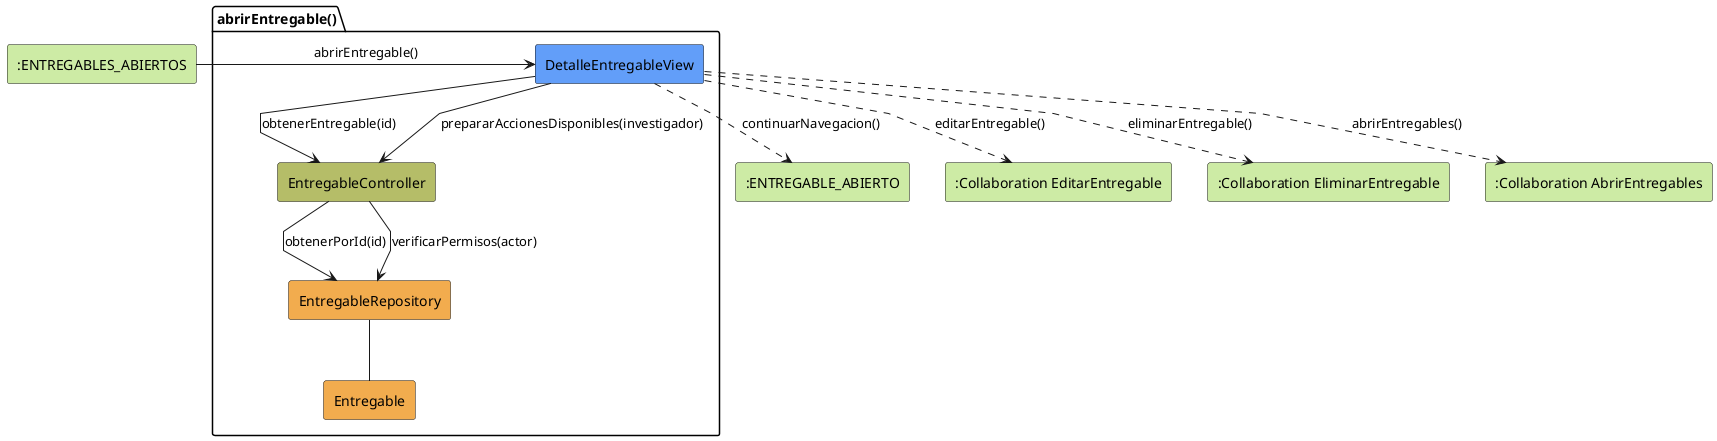
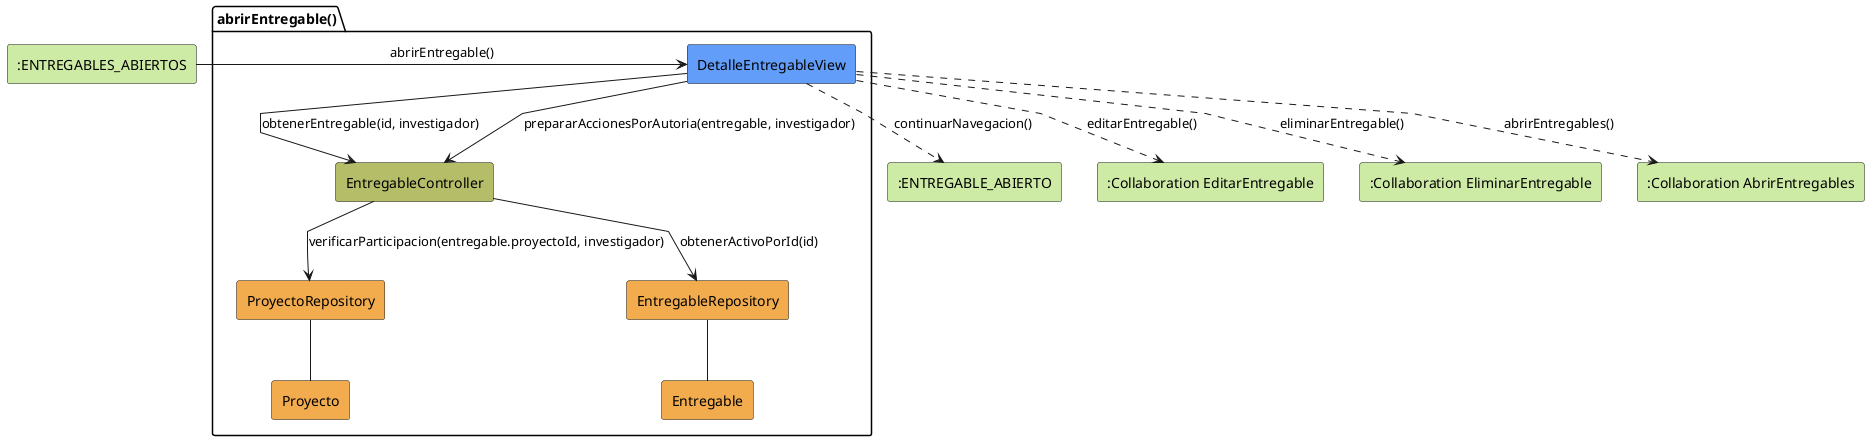
@startuml abrirEntregable-analisis
skinparam linetype polyline

rectangle #CDEBA5 ":ENTREGABLES_ABIERTOS" as EstadoEntrada
package abrirEntregable as "abrirEntregable()" {
    rectangle #629EF9 DetalleEntregableView
    rectangle #b5bd68 EntregableController
+     rectangle #F2AC4E ProyectoRepository
    rectangle #F2AC4E EntregableRepository
+     rectangle #F2AC4E Proyecto
    rectangle #F2AC4E Entregable
}

rectangle #CDEBA5 ":ENTREGABLE_ABIERTO" as EstadoSalida
rectangle #CDEBA5 ":Collaboration EditarEntregable" as EditarEntregable
rectangle #CDEBA5 ":Collaboration EliminarEntregable" as EliminarEntregable
rectangle #CDEBA5 ":Collaboration AbrirEntregables" as AbrirEntregables

EstadoEntrada -r-> DetalleEntregableView: abrirEntregable()

- DetalleEntregableView -d-> EntregableController: obtenerEntregable(id)
- DetalleEntregableView --> EntregableController: prepararAccionesDisponibles(investigador)
- EntregableController --> EntregableRepository: obtenerPorId(id)
- EntregableController --> EntregableRepository: verificarPermisos(actor)
+ DetalleEntregableView -d-> EntregableController: obtenerEntregable(id, investigador)
+ DetalleEntregableView --> EntregableController: prepararAccionesPorAutoria(entregable, investigador)
+ EntregableController --> EntregableRepository: obtenerActivoPorId(id)
+ EntregableController --> ProyectoRepository: verificarParticipacion(entregable.proyectoId, investigador)
+ ProyectoRepository -- Proyecto
EntregableRepository -- Entregable
DetalleEntregableView ..> EstadoSalida: continuarNavegacion()
DetalleEntregableView ..> EditarEntregable: editarEntregable()
DetalleEntregableView ..> EliminarEntregable: eliminarEntregable()
DetalleEntregableView ..> AbrirEntregables: abrirEntregables()

@enduml
